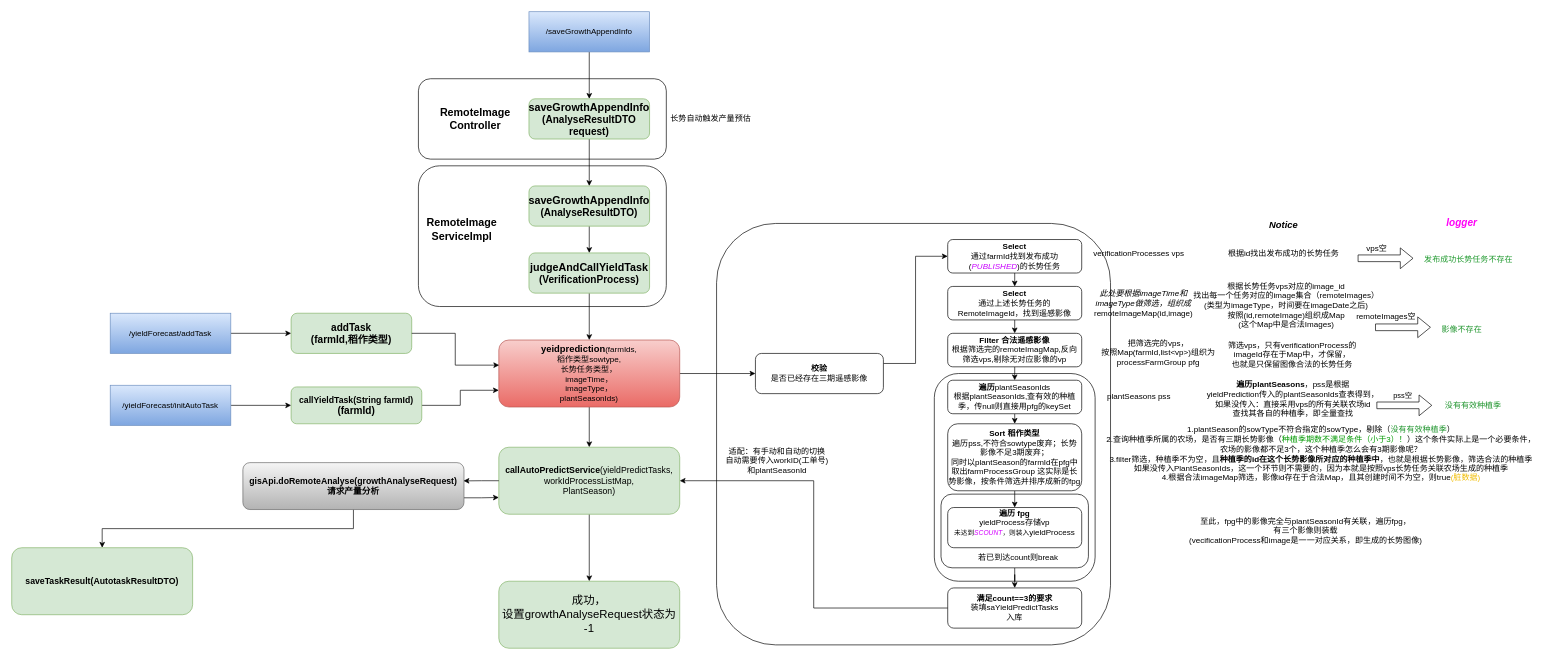
Above: 产量预估.drawio in RK-JD/DrawIO (draw.io), before the change. Source tidied: cells renumbered, new cells numbered last; positions are measured from the earlier drawing's top-left corner, leaving out a move shared by most shapes. Both pictures are drawn from the tidied source at 67%, with x=0, y=0 at pixel (11, 11).
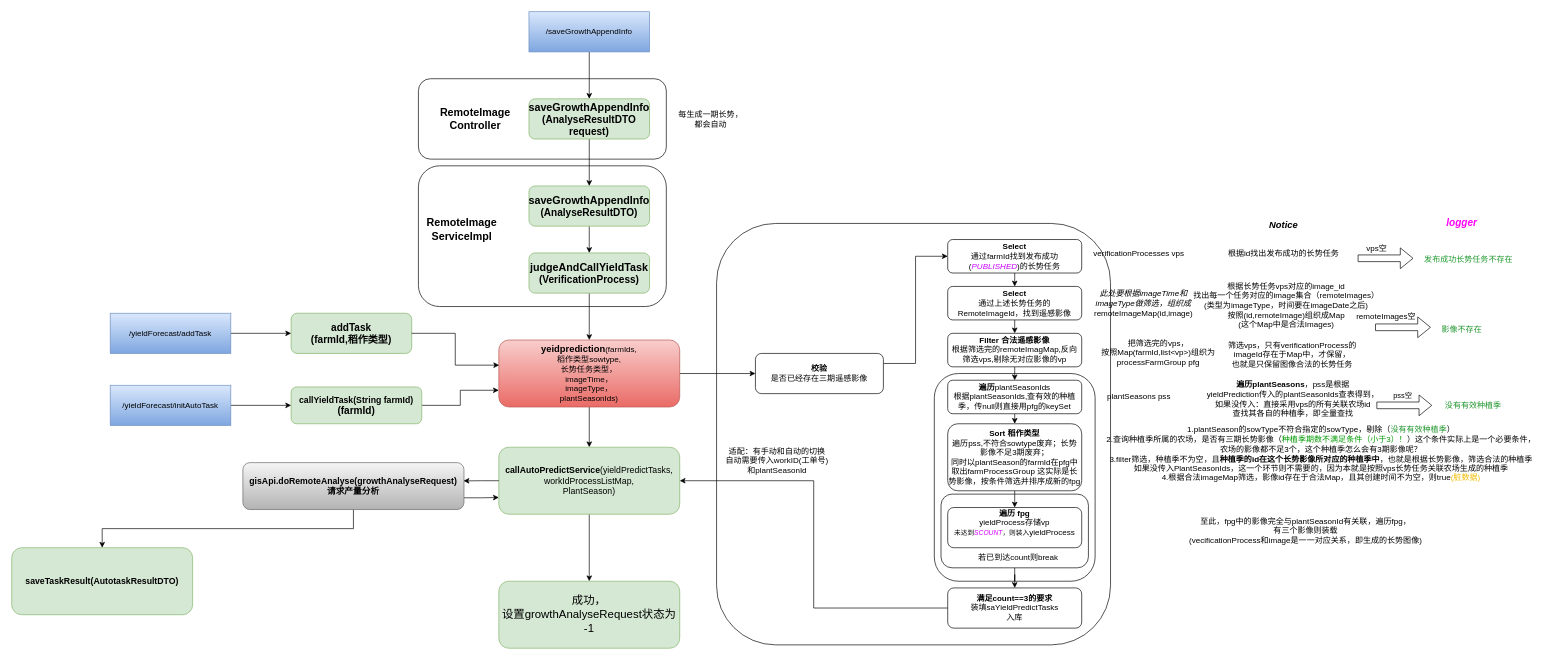
Above is the later version.

Commit message:
更新产量预估.drawio

Change to the diagram source:
```diff
@@
-    <mxCell id="77" value="长势自动触发产量预估" style="text;html=1;align=center;verticalAlign=middle;whiteSpace=wrap;rounded=0;" parent="1" vertex="1">
+    <mxCell id="77" value="每生成一期长势，&lt;div&gt;都会自动&lt;/div&gt;" style="text;html=1;align=center;verticalAlign=middle;whiteSpace=wrap;rounded=0;" parent="1" vertex="1">
       <mxGeometry x="977" y="145" width="133" height="30" as="geometry" />
     </mxCell>
```
